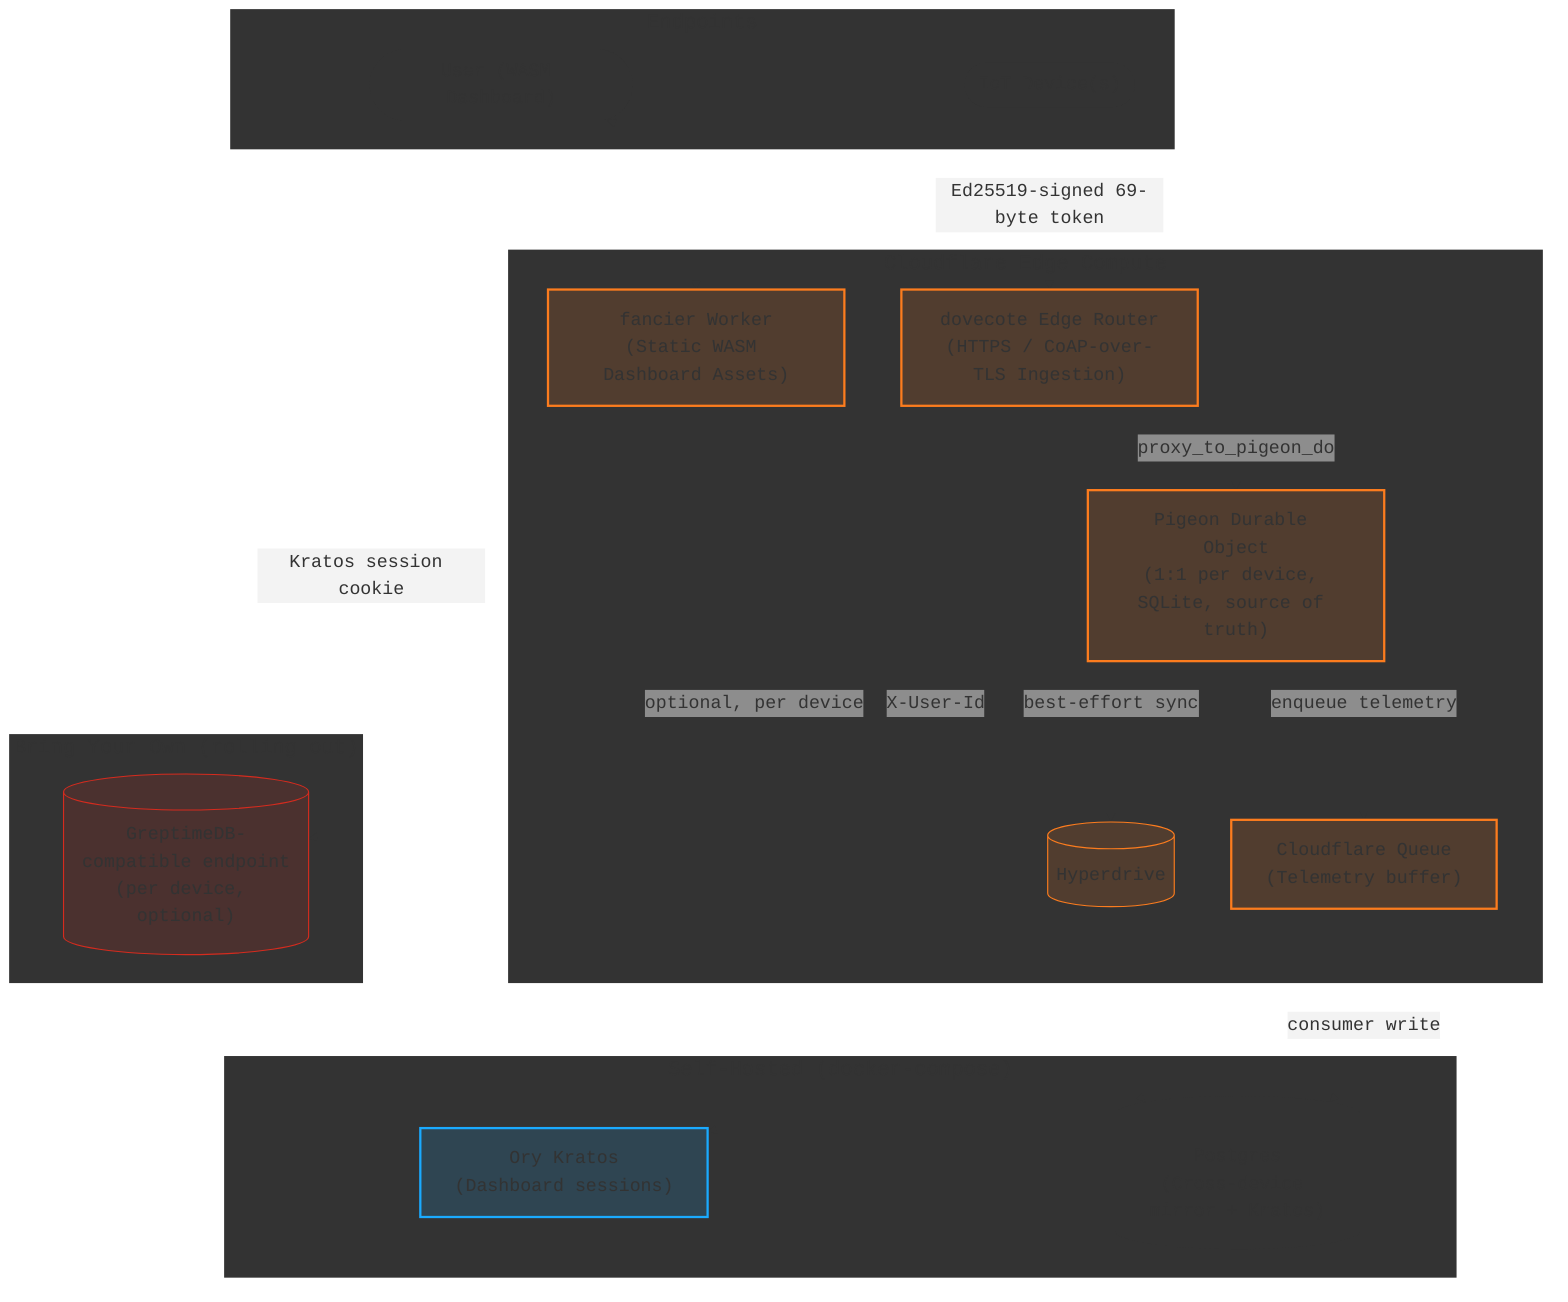
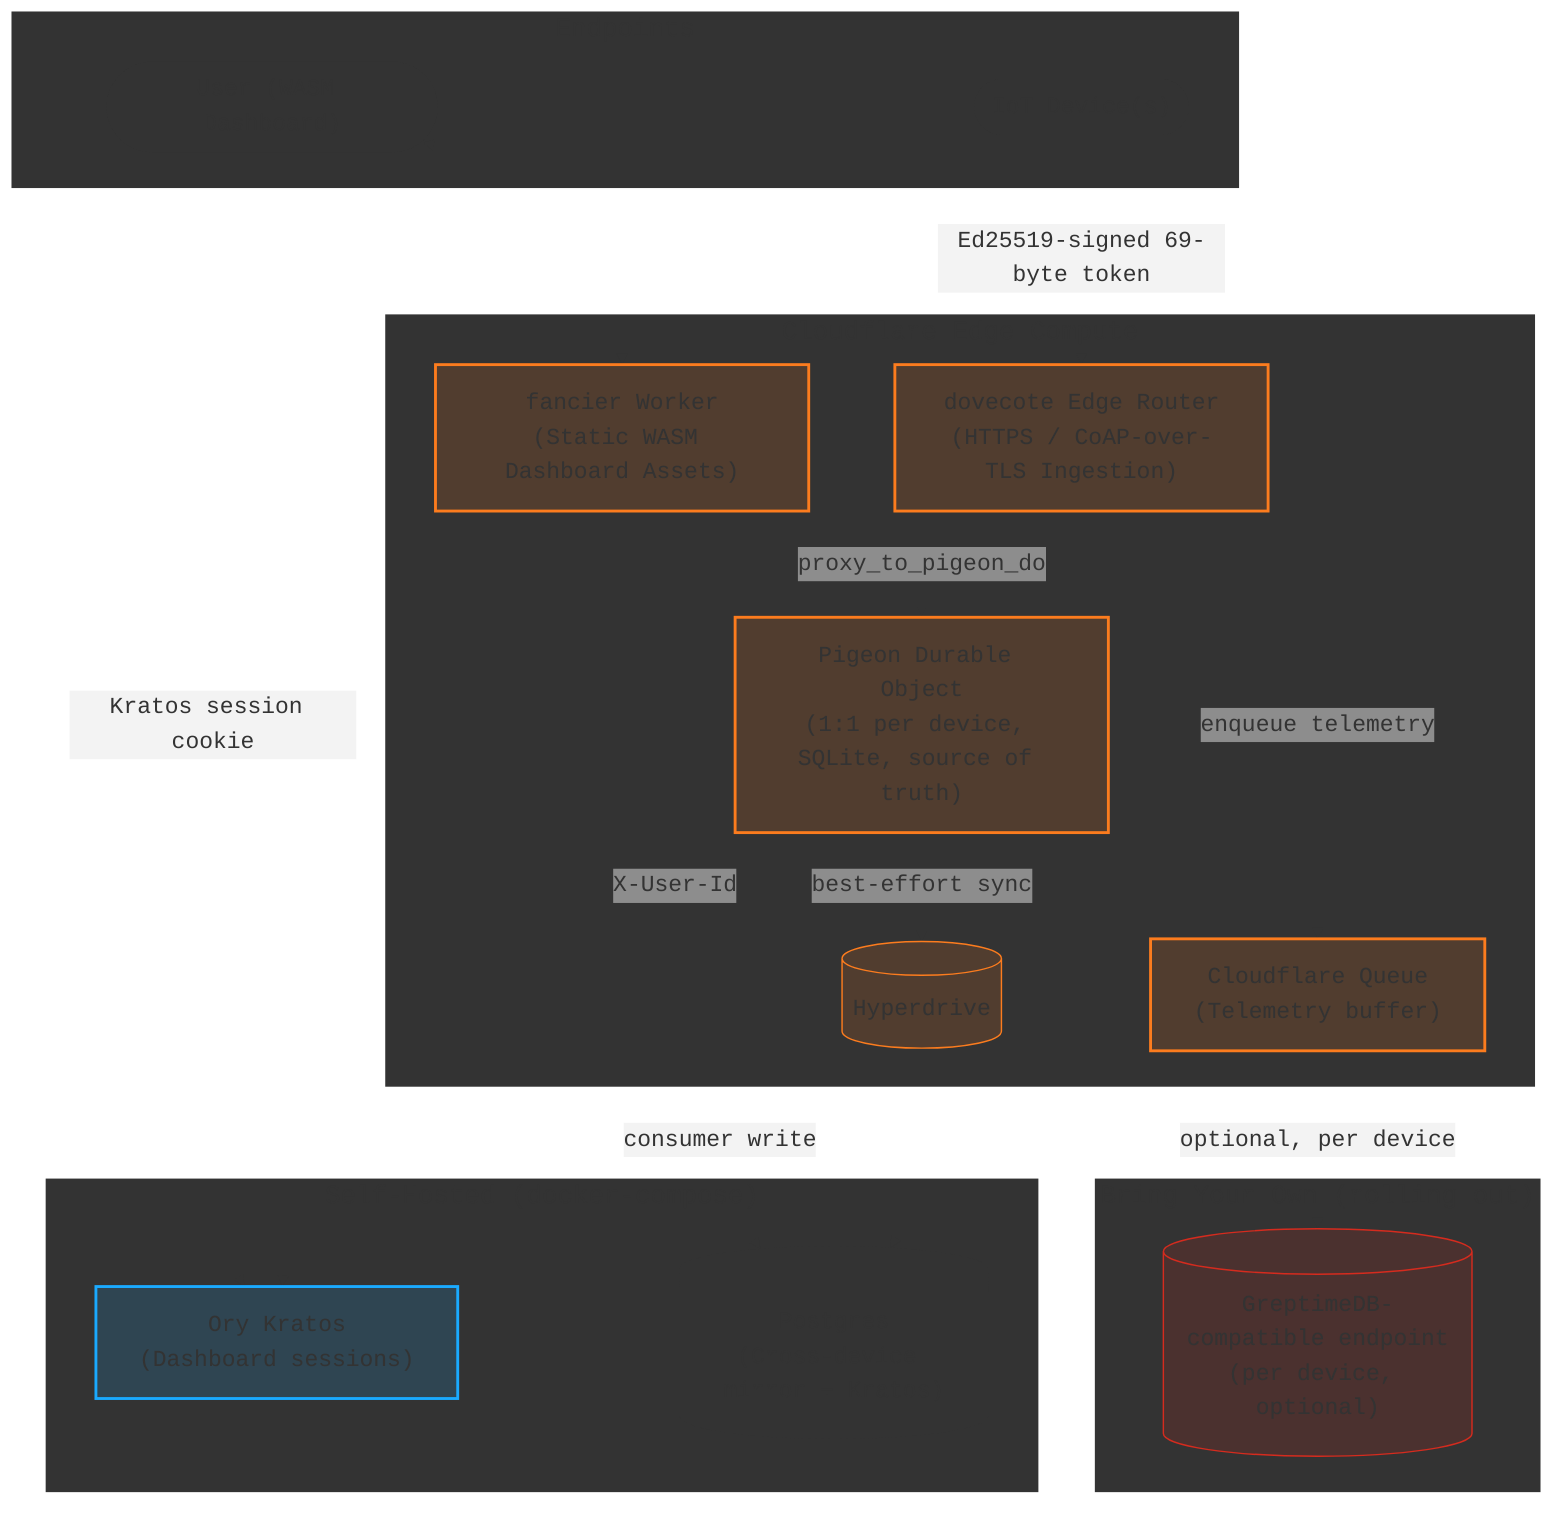
---
config:
  theme: null
  themeVariables:
    fontFamily: "Courier New"
  htmlLabels: true
  flowchart:
    curve: "basis"
    subGraphTitleMargin:
      {
        "top": 0,
        "bottom": 10
      }
  themeCSS: |
    /* Map base shapes to DaisyUI variables */
    .node rect, .node circle, .node polygon, .cluster rect {
      fill: var(--color-base-300) !important;
      stroke: var(--color-base-content) !important;
      color: var(--color-base-content) !important;
      stroke-width: 2px !important;
    }
    .edgeLabel p {
      background-color: var(--color-base-100) !important;
    }

    /* Text colors */
    p {
      fill: var(--color-base-content) !important;
      color: var(--color-base-content) !important;
    }

    /* Lines and Arrows */
    .marker {
      stroke: var(--color-base-content) !important;
      fill: var(--color-base-content) !important;
    }
    .flowchart-link {
      stroke: var(--color-base-content) !important;
    }

    /* Custom Subgraph/Node Theming */
    .cloudflare path, .cloudflare rect {
      fill: color-mix(in oklch, #FC7C1E, transparent 85%) !important;
      stroke: #FC7C1E !important;
    }
    .selfhosted path, .selfhosted rect {
      fill: color-mix(in oklch, #1aaaff, transparent 85%) !important;
      stroke: #1aaaff !important;
    }
    .byo path, .byo rect {
      fill: color-mix(in oklch, #D52B1E, transparent 85%) !important;
      stroke: #D52B1E !important;
    }
    .endpoint path, .endpoint rect {
      fill: color-mix(in oklch, var(--color-primary), transparent 85%) !important;
      stroke: var(--color-primary) !important;
    }
    .storage path, .storage rect {
      fill: color-mix(in oklch, var(--color-secondary), transparent 85%) !important;
      stroke: var(--color-secondary) !important;
    }

---
flowchart TB
  classDef subTitle font-size:18px,font-weight: 500;

  subgraph Endpoints ["Endpoints"]
    User(["User (WASM Dashboard)"]):::endpoint
    IoT(["IoT Device(s)"]):::endpoint
  end

  subgraph Cloudflare ["Cloudflare Edge Compute"]
    Fancier["fancier Worker\n(Static WASM Dashboard Assets)"]:::cloudflare
    Router["dovecote Edge Router\n(HTTPS / CoAP-over-TLS Ingestion)"]:::cloudflare
    DO_Pigeon["Pigeon Durable Object\n(1:1 per device, SQLite, source of truth)"]:::cloudflare
    Queue["Cloudflare Queue\n(Telemetry buffer)"]:::cloudflare
    Hyperdrive[("Hyperdrive")]:::cloudflare
  end

  subgraph SelfHosted ["Self-Hosted (docker-compose)"]
    Kratos["Ory Kratos\n(Dashboard sessions)"]:::selfhosted
    Postgres[("Postgres\n(Cross-device mirror + Kratos)")]:::storage
  end

  subgraph BYO ["Bring Your Own (rolling out)"]
    Greptime[("GreptimeDB-compatible endpoint\n(per device, optional)")]:::byo
  end

  class Endpoints,Cloudflare,SelfHosted,BYO subTitle;

  %% Routing
  User <--> Fancier
  User -- "Kratos session cookie" --> Kratos
  IoT -- "Ed25519-signed 69-byte token" --> Router
  Router -- "proxy_to_pigeon_do" --> DO_Pigeon
  Router -- "X-User-Id" --> Kratos
  DO_Pigeon -- "best-effort sync" --> Hyperdrive
  Hyperdrive --> Postgres
-   DO_Pigeon -- "enqueue telemetry" --> Queue
+   Router -- "enqueue telemetry" --> Queue
  Queue -- "consumer write" --> Postgres
-   DO_Pigeon -. "optional, per device" .-> Greptime
+   Queue -. "optional, per device" .-> Greptime
